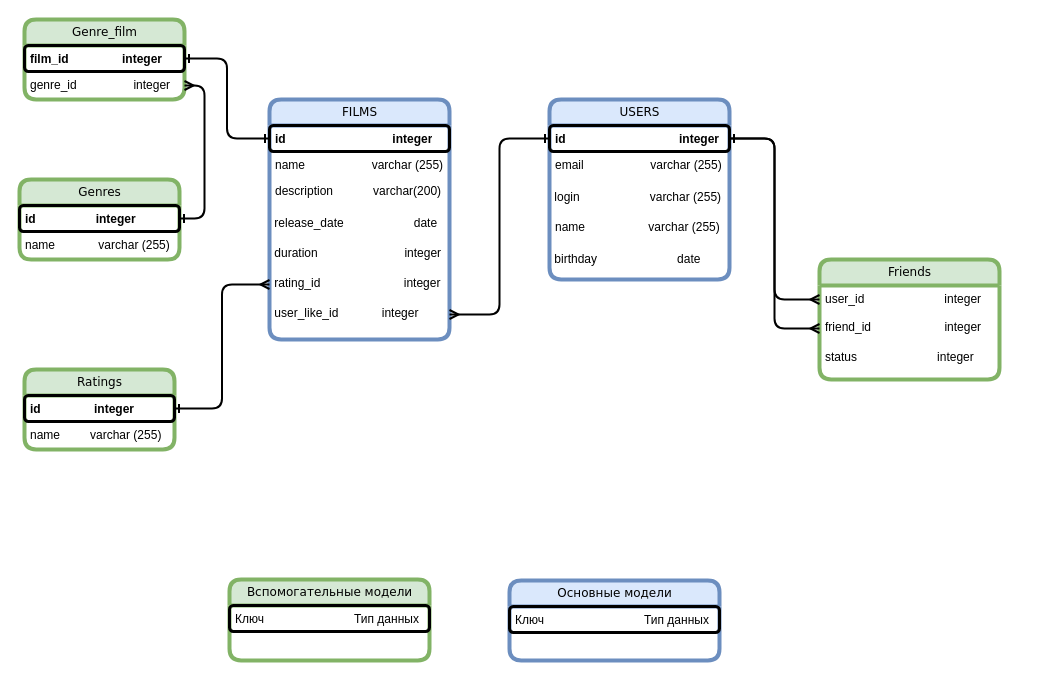
This is Диаграмма data_base.drawio from MR-k0f31n/java-filmorate, a draw.io file, before an edit. Source tidied: cells renumbered, new cells numbered last; positions are measured from the earlier drawing's top-left corner, leaving out a move shared by most shapes. Both pictures are drawn from the tidied source at 100%, with x=0, y=0 at pixel (19, 19).
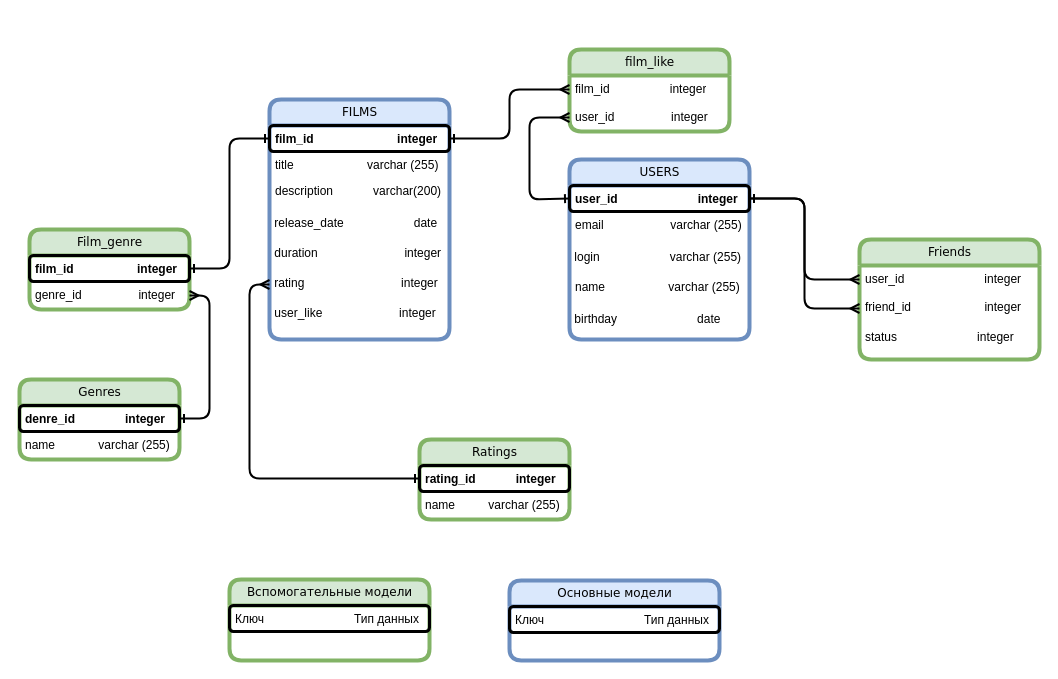
The same diagram, later.

Commit message (it also covers changes not shown here):
Свнова ищмененая схема.

The change refers to these unchanged cells:
```xml
<mxCell id="2" value="FILMS" style="swimlane;html=1;fontStyle=0;horizontal=1;startSize=26;fillColor=#dae8fc;swimlaneFillColor=#ffffff;align=center;rounded=1;shadow=0;comic=0;labelBackgroundColor=none;strokeWidth=4;fontFamily=Verdana;fontSize=12;strokeColor=#6c8ebf;" parent="1" vertex="1">
  <mxGeometry x="250" y="80" width="180" height="240" as="geometry" />
</mxCell>
```

The edit, as a diff of the source:
```diff
@@
-    <mxCell id="3" value="&lt;b&gt;id&amp;nbsp; &amp;nbsp; &amp;nbsp; &amp;nbsp; &amp;nbsp; &amp;nbsp; &amp;nbsp; &amp;nbsp; &amp;nbsp; &amp;nbsp; &amp;nbsp; &amp;nbsp; &amp;nbsp; &lt;span style=&quot;white-space: pre;&quot;&gt; &lt;/span&gt;&amp;nbsp; &amp;nbsp; &amp;nbsp;integer&lt;/b&gt;" style="text;html=1;strokeColor=default;fillColor=none;spacingLeft=4;spacingRight=4;whiteSpace=wrap;overflow=hidden;points=[[0,0.5],[1,0.5]];portConstraint=eastwest;strokeWidth=3;rounded=1;" parent="2" vertex="1">
+    <mxCell id="3" value="&lt;b&gt;film_id&amp;nbsp; &amp;nbsp; &amp;nbsp; &amp;nbsp; &amp;nbsp; &amp;nbsp; &amp;nbsp; &amp;nbsp; &amp;nbsp; &amp;nbsp;&lt;span style=&quot;white-space: pre;&quot;&gt; &lt;/span&gt;&amp;nbsp; &amp;nbsp; &amp;nbsp;integer&lt;/b&gt;" style="text;html=1;strokeColor=default;fillColor=none;spacingLeft=4;spacingRight=4;whiteSpace=wrap;overflow=hidden;points=[[0,0.5],[1,0.5]];portConstraint=eastwest;strokeWidth=3;rounded=1;" parent="2" vertex="1">
       <mxGeometry y="26" width="180" height="26" as="geometry" />
     </mxCell>
-    <mxCell id="4" value="name&amp;nbsp; &amp;nbsp; &amp;nbsp; &amp;nbsp; &amp;nbsp; &amp;nbsp; &amp;nbsp; &amp;nbsp; &amp;nbsp; &amp;nbsp; varchar (255)" style="text;html=1;strokeColor=none;fillColor=none;spacingLeft=4;spacingRight=4;whiteSpace=wrap;overflow=hidden;" parent="2" vertex="1">
+    <mxCell id="4" value="title&amp;nbsp; &amp;nbsp; &amp;nbsp; &amp;nbsp; &amp;nbsp; &amp;nbsp; &amp;nbsp; &amp;nbsp; &amp;nbsp; &amp;nbsp; &amp;nbsp; varchar (255)" style="text;html=1;strokeColor=none;fillColor=none;spacingLeft=4;spacingRight=4;whiteSpace=wrap;overflow=hidden;" parent="2" vertex="1">
       <mxGeometry y="52" width="180" height="26" as="geometry" />
     </mxCell>
@@
-    <mxCell id="8" value="&amp;nbsp;rating_id&amp;nbsp; &amp;nbsp; &amp;nbsp; &amp;nbsp; &amp;nbsp; &amp;nbsp; &amp;nbsp; &amp;nbsp; &amp;nbsp; &amp;nbsp; &amp;nbsp; &amp;nbsp; &amp;nbsp;integer" style="text;html=1;strokeColor=none;fillColor=none;align=left;verticalAlign=top;whiteSpace=wrap;rounded=0;" parent="2" vertex="1">
+    <mxCell id="8" value="&amp;nbsp;rating&amp;nbsp; &amp;nbsp;&amp;nbsp;&lt;span style=&quot;background-color: initial;&quot;&gt;&amp;nbsp;&amp;nbsp; &amp;nbsp; &amp;nbsp; &amp;nbsp; &amp;nbsp; &amp;nbsp; &amp;nbsp; &amp;nbsp; &amp;nbsp; &amp;nbsp; &amp;nbsp; &amp;nbsp; integer&lt;/span&gt;" style="text;html=1;strokeColor=none;fillColor=none;align=left;verticalAlign=top;whiteSpace=wrap;rounded=0;" parent="2" vertex="1">
       <mxGeometry y="170" width="180" height="30" as="geometry" />
     </mxCell>
-    <mxCell id="9" value="&amp;nbsp;user_like_id&amp;nbsp; &amp;nbsp; &amp;nbsp; &amp;nbsp; &amp;nbsp; &amp;nbsp; &lt;span style=&quot;white-space: pre;&quot;&gt; &lt;/span&gt;integer" style="text;html=1;strokeColor=none;fillColor=none;align=left;verticalAlign=top;whiteSpace=wrap;rounded=0;" parent="2" vertex="1">
+    <mxCell id="9" value="&amp;nbsp;user_like&amp;nbsp; &amp;nbsp; &amp;nbsp; &amp;nbsp; &amp;nbsp; &lt;span style=&quot;background-color: initial;&quot;&gt;&amp;nbsp; &amp;nbsp; &amp;nbsp; &amp;nbsp; &amp;nbsp; &amp;nbsp;&amp;nbsp;&lt;/span&gt;&lt;span style=&quot;background-color: initial;&quot;&gt; &lt;/span&gt;&lt;span style=&quot;background-color: initial;&quot;&gt;integer&lt;/span&gt;" style="text;html=1;strokeColor=none;fillColor=none;align=left;verticalAlign=top;whiteSpace=wrap;rounded=0;" parent="2" vertex="1">
       <mxGeometry y="200" width="180" height="30" as="geometry" />
     </mxCell>
     <mxCell id="10" value="USERS" style="swimlane;html=1;fontStyle=0;horizontal=1;startSize=26;fillColor=#dae8fc;swimlaneFillColor=#ffffff;align=center;rounded=1;shadow=0;comic=0;labelBackgroundColor=none;strokeWidth=4;fontFamily=Verdana;fontSize=12;strokeColor=#6c8ebf;" parent="1" vertex="1">
-      <mxGeometry x="530" y="80" width="180" height="180" as="geometry" />
+      <mxGeometry x="550" y="140" width="180" height="180" as="geometry" />
     </mxCell>
-    <mxCell id="11" value="&lt;b&gt;id&amp;nbsp; &amp;nbsp; &amp;nbsp; &amp;nbsp; &amp;nbsp; &amp;nbsp; &amp;nbsp; &amp;nbsp; &amp;nbsp; &amp;nbsp; &amp;nbsp; &amp;nbsp; &amp;nbsp; &amp;nbsp; &amp;nbsp; &amp;nbsp; &amp;nbsp; integer&lt;/b&gt;" style="text;html=1;strokeColor=default;fillColor=none;spacingLeft=4;spacingRight=4;whiteSpace=wrap;overflow=hidden;points=[[0,0.5],[1,0.5]];portConstraint=eastwest;strokeWidth=3;rounded=1;" parent="10" vertex="1">
+    <mxCell id="11" value="&lt;b&gt;user_id&amp;nbsp; &amp;nbsp; &amp;nbsp; &amp;nbsp; &amp;nbsp; &amp;nbsp; &amp;nbsp; &amp;nbsp; &amp;nbsp; &amp;nbsp; &amp;nbsp; &amp;nbsp; integer&lt;/b&gt;" style="text;html=1;strokeColor=default;fillColor=none;spacingLeft=4;spacingRight=4;whiteSpace=wrap;overflow=hidden;points=[[0,0.5],[1,0.5]];portConstraint=eastwest;strokeWidth=3;rounded=1;" parent="10" vertex="1">
       <mxGeometry y="26" width="180" height="26" as="geometry" />
     </mxCell>
@@
     <mxCell id="16" value="Genres" style="swimlane;html=1;fontStyle=0;horizontal=1;startSize=26;fillColor=#d5e8d4;swimlaneFillColor=#ffffff;align=center;rounded=1;shadow=0;comic=0;labelBackgroundColor=none;strokeWidth=4;fontFamily=Verdana;fontSize=12;strokeColor=#82b366;" parent="1" vertex="1">
-      <mxGeometry y="160" width="160" height="80" as="geometry" />
+      <mxGeometry y="360" width="160" height="80" as="geometry" />
     </mxCell>
-    <mxCell id="17" value="&lt;b&gt;id&lt;span style=&quot;white-space: pre;&quot;&gt; &lt;/span&gt;&lt;span style=&quot;white-space: pre;&quot;&gt; &lt;/span&gt;&amp;nbsp; &amp;nbsp; &amp;nbsp; &amp;nbsp; &amp;nbsp; &amp;nbsp; &amp;nbsp; &amp;nbsp; integer&lt;/b&gt;" style="text;html=1;strokeColor=default;fillColor=none;spacingLeft=4;spacingRight=4;whiteSpace=wrap;overflow=hidden;points=[[0,0.5],[1,0.5]];portConstraint=eastwest;strokeWidth=3;rounded=1;" parent="16" vertex="1">
+    <mxCell id="17" value="&lt;b&gt;denre_id&amp;nbsp; &amp;nbsp; &amp;nbsp; &amp;nbsp; &amp;nbsp; &amp;nbsp; &amp;nbsp; &amp;nbsp;integer&lt;/b&gt;" style="text;html=1;strokeColor=default;fillColor=none;spacingLeft=4;spacingRight=4;whiteSpace=wrap;overflow=hidden;points=[[0,0.5],[1,0.5]];portConstraint=eastwest;strokeWidth=3;rounded=1;" parent="16" vertex="1">
       <mxGeometry y="26" width="160" height="26" as="geometry" />
     </mxCell>
@@
     <mxCell id="19" value="Ratings" style="swimlane;html=1;fontStyle=0;horizontal=1;startSize=26;fillColor=#d5e8d4;swimlaneFillColor=#ffffff;align=center;rounded=1;shadow=0;comic=0;labelBackgroundColor=none;strokeWidth=4;fontFamily=Verdana;fontSize=12;strokeColor=#82b366;" parent="1" vertex="1">
-      <mxGeometry x="5" y="350" width="150" height="80" as="geometry" />
+      <mxGeometry x="400" y="420" width="150" height="80" as="geometry" />
     </mxCell>
-    <mxCell id="20" value="&lt;b&gt;id&amp;nbsp; &amp;nbsp;&lt;span style=&quot;white-space: pre;&quot;&gt; &lt;/span&gt;&lt;span style=&quot;white-space: pre;&quot;&gt; &lt;/span&gt;&amp;nbsp; &amp;nbsp; &amp;nbsp; &amp;nbsp; &amp;nbsp; &amp;nbsp;integer&lt;/b&gt;" style="text;html=1;strokeColor=#000000;fillColor=none;spacingLeft=4;spacingRight=4;whiteSpace=wrap;overflow=hidden;points=[[0,0.5],[1,0.5]];portConstraint=eastwest;strokeWidth=3;rounded=1;" parent="19" vertex="1">
+    <mxCell id="20" value="&lt;b&gt;rating_id&lt;span style=&quot;white-space: pre;&quot;&gt; &lt;/span&gt;&amp;nbsp; &amp;nbsp; &amp;nbsp; &amp;nbsp; &amp;nbsp; &amp;nbsp;integer&lt;/b&gt;" style="text;html=1;strokeColor=#000000;fillColor=none;spacingLeft=4;spacingRight=4;whiteSpace=wrap;overflow=hidden;points=[[0,0.5],[1,0.5]];portConstraint=eastwest;strokeWidth=3;rounded=1;" parent="19" vertex="1">
       <mxGeometry y="26" width="150" height="26" as="geometry" />
     </mxCell>
-    <mxCell id="21" value="name&amp;nbsp; &amp;nbsp; &amp;nbsp; &amp;nbsp; &amp;nbsp;varchar (255)" style="text;html=1;strokeColor=none;fillColor=none;spacingLeft=4;spacingRight=4;whiteSpace=wrap;overflow=hidden;" parent="19" vertex="1">
+    <mxCell id="21" value="name&amp;nbsp; &amp;nbsp; &amp;nbsp; &amp;nbsp; &amp;nbsp; varchar (255)" style="text;html=1;strokeColor=none;fillColor=none;spacingLeft=4;spacingRight=4;whiteSpace=wrap;overflow=hidden;" parent="19" vertex="1">
       <mxGeometry y="52" width="150" height="26" as="geometry" />
     </mxCell>
@@
     <mxCell id="24" value="Friends" style="swimlane;html=1;fontStyle=0;horizontal=1;startSize=26;fillColor=#d5e8d4;swimlaneFillColor=#ffffff;align=center;rounded=1;shadow=0;comic=0;labelBackgroundColor=none;strokeWidth=4;fontFamily=Verdana;fontSize=12;strokeColor=#82b366;glass=0;" parent="1" vertex="1">
-      <mxGeometry x="800" y="240" width="180" height="120" as="geometry" />
+      <mxGeometry x="840" y="220" width="180" height="120" as="geometry" />
     </mxCell>
@@
-    <mxCell id="33" style="edgeStyle=orthogonalEdgeStyle;rounded=1;jettySize=auto;html=1;entryX=1;entryY=0.5;entryDx=0;entryDy=0;startArrow=ERone;startFill=0;endArrow=ERmany;endFill=0;strokeWidth=2;" parent="1" edge="1" source="11" target="9">
-      <mxGeometry relative="1" as="geometry" />
-    </mxCell>
-    <mxCell id="34" value="Genre_film" style="swimlane;html=1;fontStyle=0;horizontal=1;startSize=26;fillColor=#d5e8d4;swimlaneFillColor=#ffffff;align=center;rounded=1;shadow=0;comic=0;labelBackgroundColor=none;strokeWidth=4;fontFamily=Verdana;fontSize=12;strokeColor=#82b366;" parent="1" vertex="1">
-      <mxGeometry x="5" width="160" height="80" as="geometry" />
+    <mxCell id="34" value="Film_genre" style="swimlane;html=1;fontStyle=0;horizontal=1;startSize=26;fillColor=#d5e8d4;swimlaneFillColor=#ffffff;align=center;rounded=1;shadow=0;comic=0;labelBackgroundColor=none;strokeWidth=4;fontFamily=Verdana;fontSize=12;strokeColor=#82b366;" parent="1" vertex="1">
+      <mxGeometry x="10" y="210" width="160" height="80" as="geometry" />
     </mxCell>
-    <mxCell id="35" value="&lt;b&gt;film_id&lt;span style=&quot;white-space: pre;&quot;&gt; &lt;/span&gt;&amp;nbsp; &amp;nbsp; &amp;nbsp; &amp;nbsp; &amp;nbsp; &amp;nbsp; &amp;nbsp; &amp;nbsp;integer&lt;/b&gt;" style="text;html=1;strokeColor=default;fillColor=none;spacingLeft=4;spacingRight=4;whiteSpace=wrap;overflow=hidden;points=[[0,0.5],[1,0.5]];portConstraint=eastwest;strokeWidth=3;rounded=1;" parent="34" vertex="1">
+    <mxCell id="35" value="&lt;b&gt;film_id&lt;span style=&quot;white-space: pre;&quot;&gt; &lt;/span&gt;&amp;nbsp; &amp;nbsp; &amp;nbsp; &amp;nbsp; &amp;nbsp; &amp;nbsp; &amp;nbsp; &amp;nbsp; &amp;nbsp; integer&lt;/b&gt;" style="text;html=1;strokeColor=default;fillColor=none;spacingLeft=4;spacingRight=4;whiteSpace=wrap;overflow=hidden;points=[[0,0.5],[1,0.5]];portConstraint=eastwest;strokeWidth=3;rounded=1;" parent="34" vertex="1">
       <mxGeometry y="26" width="160" height="26" as="geometry" />
     </mxCell>
@@
+    <mxCell id="39" value="film_like" style="swimlane;html=1;fontStyle=0;horizontal=1;startSize=26;fillColor=#d5e8d4;swimlaneFillColor=#ffffff;align=center;rounded=1;shadow=0;comic=0;labelBackgroundColor=none;strokeWidth=4;fontFamily=Verdana;fontSize=12;strokeColor=#82b366;" parent="1" vertex="1">
+      <mxGeometry x="550" y="30" width="160" height="82" as="geometry" />
+    </mxCell>
+    <mxCell id="40" value="film_id&lt;span style=&quot;white-space: pre;&quot;&gt; &lt;/span&gt;&amp;nbsp; &amp;nbsp; &amp;nbsp; &amp;nbsp; &amp;nbsp; &amp;nbsp; &amp;nbsp; &amp;nbsp; &amp;nbsp;integer" style="text;html=1;strokeColor=none;fillColor=none;spacingLeft=4;spacingRight=4;whiteSpace=wrap;overflow=hidden;points=[[0,0.5],[1,0.5]];portConstraint=eastwest;" parent="39" vertex="1">
+      <mxGeometry y="26" width="160" height="28" as="geometry" />
+    </mxCell>
+    <mxCell id="41" value="user_id&lt;span style=&quot;white-space: pre;&quot;&gt; &lt;/span&gt;&amp;nbsp; &amp;nbsp; &amp;nbsp; &amp;nbsp; &amp;nbsp; &amp;nbsp; &amp;nbsp; &amp;nbsp; integer" style="text;html=1;strokeColor=none;fillColor=none;spacingLeft=4;spacingRight=4;whiteSpace=wrap;overflow=hidden;points=[[0,0.5],[1,0.5]];portConstraint=eastwest;" parent="39" vertex="1">
+      <mxGeometry y="54" width="160" height="28" as="geometry" />
+    </mxCell>
+    <mxCell id="42" style="edgeStyle=orthogonalEdgeStyle;rounded=1;jettySize=auto;html=1;entryX=0;entryY=0.5;entryDx=0;entryDy=0;strokeWidth=2;startArrow=ERone;startFill=0;endArrow=ERmany;endFill=0;" parent="1" edge="1" source="3" target="40">
+      <mxGeometry relative="1" as="geometry" />
+    </mxCell>
+    <mxCell id="43" style="edgeStyle=orthogonalEdgeStyle;rounded=1;jettySize=auto;html=1;entryX=0;entryY=0.5;entryDx=0;entryDy=0;strokeWidth=2;endArrow=ERone;endFill=0;startArrow=ERmany;startFill=0;" parent="1" edge="1" source="41" target="11">
+      <mxGeometry relative="1" as="geometry">
+        <Array as="points">
+          <mxPoint x="510" y="98" />
+          <mxPoint x="510" y="180" />
+        </Array>
+      </mxGeometry>
+    </mxCell>
```
